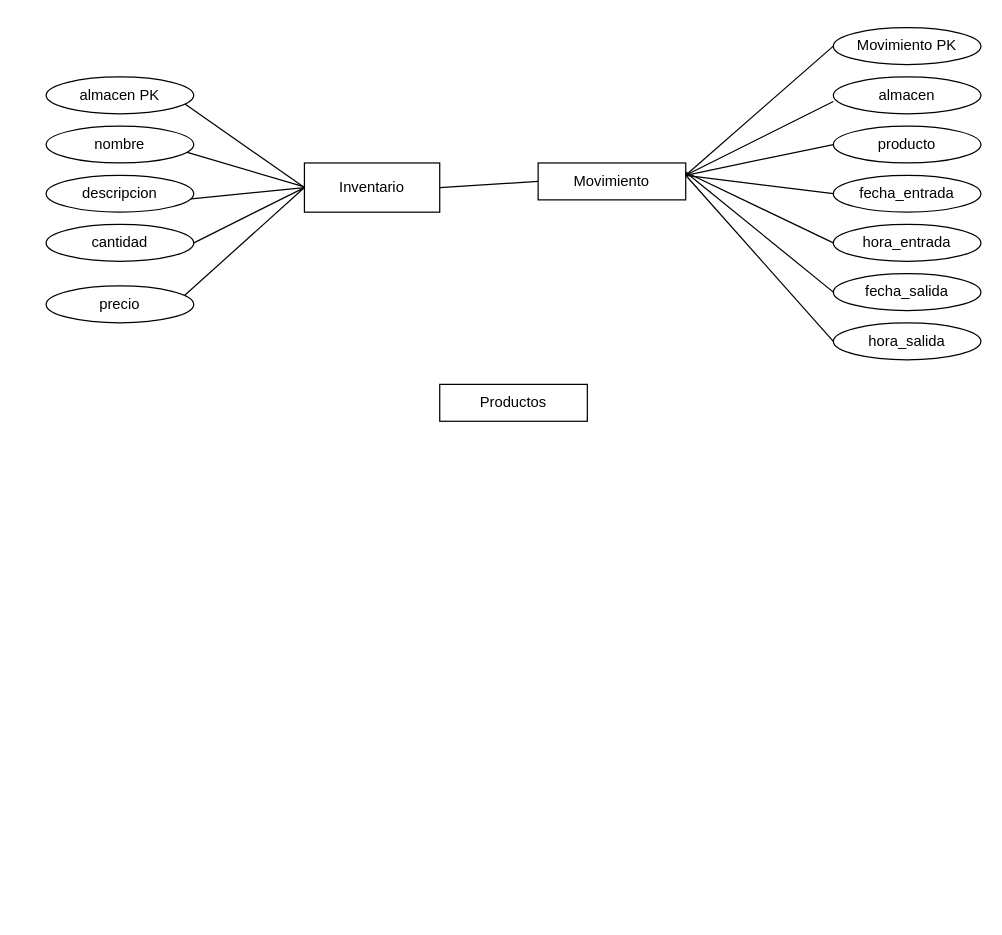
The draw.io diagram Diagrama sin título.drawio in fands13/desktop-tutorial, before the edit. Source tidied: cells renumbered, new cells numbered last; positions are measured from the earlier drawing's top-left corner, leaving out a move shared by most shapes. Both pictures are drawn from the tidied source at 123%, with x=0, y=0 at pixel (46, 27).
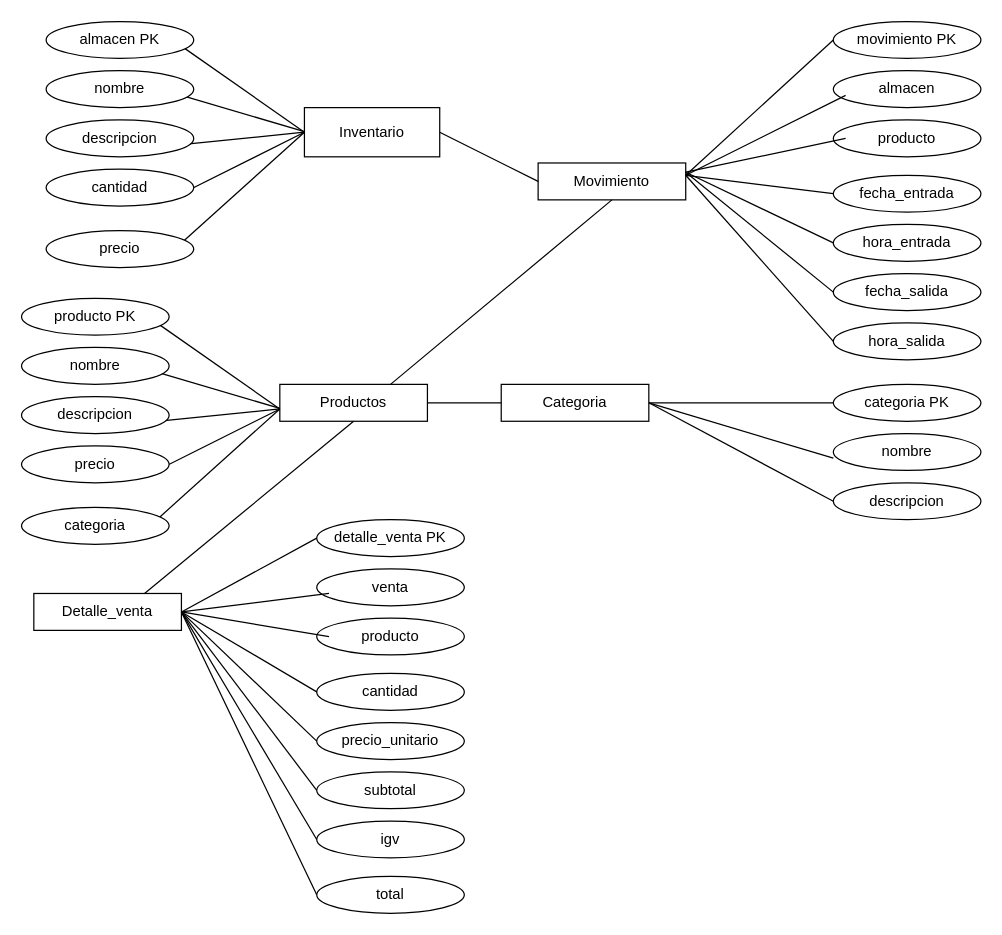
The same page after the edit.

Unchanged cells that the change refers to:
```xml
<mxCell id="14" value="Movimiento" style="rounded=0;whiteSpace=wrap;html=1;" parent="1" vertex="1">
  <mxGeometry x="400" y="110" width="120" height="30" as="geometry" />
</mxCell>
```

Diff of the diagram source:
```diff
@@
     <mxCell id="2" value="Inventario" style="rounded=0;whiteSpace=wrap;html=1;" parent="1" vertex="1">
-      <mxGeometry x="210" y="110" width="110" height="40" as="geometry" />
+      <mxGeometry x="210" y="65" width="110" height="40" as="geometry" />
     </mxCell>
     <mxCell id="3" style="endArrow=none;html=1;rounded=0;" parent="1" edge="1">
       <mxGeometry relative="1" as="geometry">
-        <mxPoint x="110" y="140" as="sourcePoint" />
-        <mxPoint x="210" y="130" as="targetPoint" />
+        <mxPoint x="110" y="95" as="sourcePoint" />
+        <mxPoint x="210" y="85" as="targetPoint" />
       </mxGeometry>
     </mxCell>
     <mxCell id="4" style="endArrow=none;html=1;rounded=0;" parent="1" edge="1">
       <mxGeometry relative="1" as="geometry">
-        <mxPoint x="110" y="100" as="sourcePoint" />
-        <mxPoint x="210" y="129.5" as="targetPoint" />
+        <mxPoint x="110" y="55" as="sourcePoint" />
+        <mxPoint x="210" y="84.5" as="targetPoint" />
       </mxGeometry>
     </mxCell>
     <mxCell id="5" style="endArrow=none;html=1;rounded=0;" parent="1" edge="1">
       <mxGeometry relative="1" as="geometry">
-        <mxPoint x="110" y="60" as="sourcePoint" />
-        <mxPoint x="210" y="130" as="targetPoint" />
+        <mxPoint x="110" y="15" as="sourcePoint" />
+        <mxPoint x="210" y="85" as="targetPoint" />
       </mxGeometry>
     </mxCell>
     <mxCell id="6" style="endArrow=none;html=1;rounded=0;" parent="1" edge="1">
       <mxGeometry relative="1" as="geometry">
-        <mxPoint x="110" y="180" as="sourcePoint" />
-        <mxPoint x="210" y="130" as="targetPoint" />
+        <mxPoint x="110" y="135" as="sourcePoint" />
+        <mxPoint x="210" y="85" as="targetPoint" />
       </mxGeometry>
     </mxCell>
     <mxCell id="7" style="endArrow=none;html=1;rounded=0;" parent="1" edge="1">
       <mxGeometry relative="1" as="geometry">
-        <mxPoint x="110" y="220" as="sourcePoint" />
-        <mxPoint x="210" y="130" as="targetPoint" />
+        <mxPoint x="110" y="175" as="sourcePoint" />
+        <mxPoint x="210" y="85" as="targetPoint" />
       </mxGeometry>
     </mxCell>
     <mxCell id="8" value="almacen PK" style="ellipse;whiteSpace=wrap;html=1;" parent="1" vertex="1">
-      <mxGeometry y="40" width="120" height="30" as="geometry" />
+      <mxGeometry y="-5" width="120" height="30" as="geometry" />
     </mxCell>
     <mxCell id="9" value="nombre" style="ellipse;whiteSpace=wrap;html=1;" parent="1" vertex="1">
-      <mxGeometry y="80" width="120" height="30" as="geometry" />
+      <mxGeometry y="35" width="120" height="30" as="geometry" />
     </mxCell>
     <mxCell id="10" value="descripcion" style="ellipse;whiteSpace=wrap;html=1;" parent="1" vertex="1">
-      <mxGeometry y="120" width="120" height="30" as="geometry" />
+      <mxGeometry y="75" width="120" height="30" as="geometry" />
     </mxCell>
     <mxCell id="11" value="cantidad" style="ellipse;whiteSpace=wrap;html=1;" parent="1" vertex="1">
-      <mxGeometry y="160" width="120" height="30" as="geometry" />
+      <mxGeometry y="115" width="120" height="30" as="geometry" />
     </mxCell>
     <mxCell id="12" value="precio" style="ellipse;whiteSpace=wrap;html=1;" parent="1" vertex="1">
-      <mxGeometry y="210" width="120" height="30" as="geometry" />
+      <mxGeometry y="165" width="120" height="30" as="geometry" />
     </mxCell>
     <mxCell id="13" value="Productos" style="rounded=0;whiteSpace=wrap;html=1;" parent="1" vertex="1">
-      <mxGeometry x="320" y="290" width="120" height="30" as="geometry" />
+      <mxGeometry x="190" y="290" width="120" height="30" as="geometry" />
     </mxCell>
@@
-    <mxCell id="16" value="Movimiento PK" style="ellipse;whiteSpace=wrap;html=1;" parent="1" vertex="1">
-      <mxGeometry x="640" width="120" height="30" as="geometry" />
+    <mxCell id="16" value="categoria PK" style="ellipse;whiteSpace=wrap;html=1;" parent="1" vertex="1">
+      <mxGeometry x="640" y="290" width="120" height="30" as="geometry" />
     </mxCell>
-    <mxCell id="17" value="almacen" style="ellipse;whiteSpace=wrap;html=1;" parent="1" vertex="1">
-      <mxGeometry x="640" y="40" width="120" height="30" as="geometry" />
+    <mxCell id="17" value="nombre" style="ellipse;whiteSpace=wrap;html=1;" parent="1" vertex="1">
+      <mxGeometry x="640" y="330" width="120" height="30" as="geometry" />
     </mxCell>
-    <mxCell id="18" value="producto" style="ellipse;whiteSpace=wrap;html=1;" parent="1" vertex="1">
-      <mxGeometry x="640" y="80" width="120" height="30" as="geometry" />
+    <mxCell id="18" value="descripcion" style="ellipse;whiteSpace=wrap;html=1;" parent="1" vertex="1">
+      <mxGeometry x="640" y="370" width="120" height="30" as="geometry" />
     </mxCell>
@@
-    <mxCell id="23" style="endArrow=none;html=1;rounded=0;entryX=0;entryY=0.5;entryDx=0;entryDy=0;" parent="1" edge="1" target="16">
-      <mxGeometry relative="1" as="geometry">
-        <mxPoint x="520" y="120" as="sourcePoint" />
-      </mxGeometry>
+    <mxCell id="23" style="endArrow=none;html=1;rounded=0;entryX=0;entryY=0.5;entryDx=0;entryDy=0;exitX=1;exitY=0.5;exitDx=0;exitDy=0;" parent="1" edge="1" source="41" target="16">
+      <mxGeometry relative="1" as="geometry" />
     </mxCell>
-    <mxCell id="24" style="endArrow=none;html=1;rounded=0;" parent="1" edge="1">
+    <mxCell id="24" style="endArrow=none;html=1;rounded=0;exitX=1;exitY=0.5;exitDx=0;exitDy=0;" parent="1" edge="1" source="41">
       <mxGeometry relative="1" as="geometry">
-        <mxPoint x="520" y="120" as="sourcePoint" />
-        <mxPoint x="640" y="60" as="targetPoint" />
+        <mxPoint x="640" y="350" as="targetPoint" />
       </mxGeometry>
     </mxCell>
-    <mxCell id="25" style="endArrow=none;html=1;rounded=0;" parent="1" edge="1">
+    <mxCell id="25" style="endArrow=none;html=1;rounded=0;exitX=1;exitY=0.5;exitDx=0;exitDy=0;" parent="1" edge="1" source="41">
       <mxGeometry relative="1" as="geometry">
-        <mxPoint x="520" y="120" as="sourcePoint" />
-        <mxPoint x="640" y="95" as="targetPoint" />
+        <mxPoint x="640" y="385" as="targetPoint" />
       </mxGeometry>
     </mxCell>
@@
+    <mxCell id="30" style="endArrow=none;html=1;rounded=0;" parent="1" edge="1">
+      <mxGeometry relative="1" as="geometry">
+        <mxPoint x="90" y="320" as="sourcePoint" />
+        <mxPoint x="190" y="310" as="targetPoint" />
+      </mxGeometry>
+    </mxCell>
+    <mxCell id="31" style="endArrow=none;html=1;rounded=0;" parent="1" edge="1">
+      <mxGeometry relative="1" as="geometry">
+        <mxPoint x="90" y="280" as="sourcePoint" />
+        <mxPoint x="190" y="309.5" as="targetPoint" />
+      </mxGeometry>
+    </mxCell>
+    <mxCell id="32" style="endArrow=none;html=1;rounded=0;" parent="1" edge="1">
+      <mxGeometry relative="1" as="geometry">
+        <mxPoint x="90" y="240" as="sourcePoint" />
+        <mxPoint x="190" y="310" as="targetPoint" />
+      </mxGeometry>
+    </mxCell>
+    <mxCell id="33" style="endArrow=none;html=1;rounded=0;" parent="1" edge="1">
+      <mxGeometry relative="1" as="geometry">
+        <mxPoint x="90" y="360" as="sourcePoint" />
+        <mxPoint x="190" y="310" as="targetPoint" />
+      </mxGeometry>
+    </mxCell>
+    <mxCell id="34" style="endArrow=none;html=1;rounded=0;" parent="1" edge="1">
+      <mxGeometry relative="1" as="geometry">
+        <mxPoint x="90" y="400" as="sourcePoint" />
+        <mxPoint x="190" y="310" as="targetPoint" />
+      </mxGeometry>
+    </mxCell>
+    <mxCell id="35" value="producto PK" style="ellipse;whiteSpace=wrap;html=1;" parent="1" vertex="1">
+      <mxGeometry x="-20" y="220" width="120" height="30" as="geometry" />
+    </mxCell>
+    <mxCell id="36" value="nombre" style="ellipse;whiteSpace=wrap;html=1;" parent="1" vertex="1">
+      <mxGeometry x="-20" y="260" width="120" height="30" as="geometry" />
+    </mxCell>
+    <mxCell id="37" value="descripcion" style="ellipse;whiteSpace=wrap;html=1;" parent="1" vertex="1">
+      <mxGeometry x="-20" y="300" width="120" height="30" as="geometry" />
+    </mxCell>
+    <mxCell id="38" value="precio" style="ellipse;whiteSpace=wrap;html=1;" parent="1" vertex="1">
+      <mxGeometry x="-20" y="340" width="120" height="30" as="geometry" />
+    </mxCell>
+    <mxCell id="39" value="categoria" style="ellipse;whiteSpace=wrap;html=1;" parent="1" vertex="1">
+      <mxGeometry x="-20" y="390" width="120" height="30" as="geometry" />
+    </mxCell>
+    <mxCell id="40" style="endArrow=none;html=1;rounded=0;entryX=0.5;entryY=1;entryDx=0;entryDy=0;exitX=0.75;exitY=0;exitDx=0;exitDy=0;" parent="1" edge="1" source="13" target="14">
+      <mxGeometry relative="1" as="geometry" />
+    </mxCell>
+    <mxCell id="41" value="Categoria" style="rounded=0;whiteSpace=wrap;html=1;" parent="1" vertex="1">
+      <mxGeometry x="370" y="290" width="120" height="30" as="geometry" />
+    </mxCell>
+    <mxCell id="42" style="endArrow=none;html=1;rounded=0;exitX=1;exitY=0.5;exitDx=0;exitDy=0;exitPerimeter=0;entryX=0;entryY=0.5;entryDx=0;entryDy=0;" parent="1" edge="1" source="13" target="41">
+      <mxGeometry relative="1" as="geometry" />
+    </mxCell>
+    <mxCell id="43" style="endArrow=none;html=1;rounded=0;exitX=0.75;exitY=0;exitDx=0;exitDy=0;" parent="1" edge="1" source="44">
+      <mxGeometry relative="1" as="geometry">
+        <mxPoint x="250" y="320" as="targetPoint" />
+      </mxGeometry>
+    </mxCell>
+    <mxCell id="44" value="Detalle_venta" style="rounded=0;whiteSpace=wrap;html=1;" parent="1" vertex="1">
+      <mxGeometry x="-10" y="460" width="120" height="30" as="geometry" />
+    </mxCell>
+    <mxCell id="45" value="movimiento PK" style="ellipse;whiteSpace=wrap;html=1;" parent="1" vertex="1">
+      <mxGeometry x="640" y="-5" width="120" height="30" as="geometry" />
+    </mxCell>
+    <mxCell id="46" value="almacen" style="ellipse;whiteSpace=wrap;html=1;" parent="1" vertex="1">
+      <mxGeometry x="640" y="35" width="120" height="30" as="geometry" />
+    </mxCell>
+    <mxCell id="47" value="producto" style="ellipse;whiteSpace=wrap;html=1;" parent="1" vertex="1">
+      <mxGeometry x="640" y="75" width="120" height="30" as="geometry" />
+    </mxCell>
+    <mxCell id="48" style="endArrow=none;html=1;rounded=0;entryX=0;entryY=0.5;entryDx=0;entryDy=0;" parent="1" edge="1" target="45">
+      <mxGeometry relative="1" as="geometry">
+        <mxPoint x="520" y="120" as="sourcePoint" />
+      </mxGeometry>
+    </mxCell>
+    <mxCell id="49" style="endArrow=none;html=1;rounded=0;" parent="1" edge="1">
+      <mxGeometry relative="1" as="geometry">
+        <mxPoint x="520" y="120" as="sourcePoint" />
+        <mxPoint x="650" y="55" as="targetPoint" />
+      </mxGeometry>
+    </mxCell>
+    <mxCell id="50" style="endArrow=none;html=1;rounded=0;exitX=1;exitY=0.25;exitDx=0;exitDy=0;" parent="1" edge="1" source="14">
+      <mxGeometry relative="1" as="geometry">
+        <mxPoint x="650" y="90" as="targetPoint" />
+      </mxGeometry>
+    </mxCell>
+    <mxCell id="51" value="cantidad" style="ellipse;whiteSpace=wrap;html=1;" parent="1" vertex="1">
+      <mxGeometry x="220" y="525" width="120" height="30" as="geometry" />
+    </mxCell>
+    <mxCell id="52" value="precio_unitario" style="ellipse;whiteSpace=wrap;html=1;" parent="1" vertex="1">
+      <mxGeometry x="220" y="565" width="120" height="30" as="geometry" />
+    </mxCell>
+    <mxCell id="53" value="subtotal" style="ellipse;whiteSpace=wrap;html=1;" parent="1" vertex="1">
+      <mxGeometry x="220" y="605" width="120" height="30" as="geometry" />
+    </mxCell>
+    <mxCell id="54" value="igv" style="ellipse;whiteSpace=wrap;html=1;" parent="1" vertex="1">
+      <mxGeometry x="220" y="645" width="120" height="30" as="geometry" />
+    </mxCell>
+    <mxCell id="55" style="endArrow=none;html=1;rounded=0;exitX=1;exitY=0.5;exitDx=0;exitDy=0;" parent="1" edge="1" source="44">
+      <mxGeometry relative="1" as="geometry">
+        <mxPoint x="220" y="540" as="targetPoint" />
+      </mxGeometry>
+    </mxCell>
+    <mxCell id="56" style="endArrow=none;html=1;rounded=0;exitX=1;exitY=0.5;exitDx=0;exitDy=0;entryX=0;entryY=0.5;entryDx=0;entryDy=0;" parent="1" edge="1" source="44" target="52">
+      <mxGeometry relative="1" as="geometry" />
+    </mxCell>
+    <mxCell id="57" style="endArrow=none;html=1;rounded=0;exitX=1;exitY=0.5;exitDx=0;exitDy=0;" parent="1" edge="1" source="44">
+      <mxGeometry relative="1" as="geometry">
+        <mxPoint x="220" y="620" as="targetPoint" />
+      </mxGeometry>
+    </mxCell>
+    <mxCell id="58" style="endArrow=none;html=1;rounded=0;entryX=0;entryY=0.5;entryDx=0;entryDy=0;exitX=1;exitY=0.5;exitDx=0;exitDy=0;" parent="1" edge="1" source="44" target="54">
+      <mxGeometry relative="1" as="geometry" />
+    </mxCell>
+    <mxCell id="59" value="detalle_venta PK" style="ellipse;whiteSpace=wrap;html=1;" parent="1" vertex="1">
+      <mxGeometry x="220" y="400" width="120" height="30" as="geometry" />
+    </mxCell>
+    <mxCell id="60" value="venta" style="ellipse;whiteSpace=wrap;html=1;" parent="1" vertex="1">
+      <mxGeometry x="220" y="440" width="120" height="30" as="geometry" />
+    </mxCell>
+    <mxCell id="61" value="producto" style="ellipse;whiteSpace=wrap;html=1;" parent="1" vertex="1">
+      <mxGeometry x="220" y="480" width="120" height="30" as="geometry" />
+    </mxCell>
+    <mxCell id="62" style="endArrow=none;html=1;rounded=0;entryX=0;entryY=0.5;entryDx=0;entryDy=0;exitX=1;exitY=0.5;exitDx=0;exitDy=0;" parent="1" edge="1" source="44" target="59">
+      <mxGeometry relative="1" as="geometry" />
+    </mxCell>
+    <mxCell id="63" style="endArrow=none;html=1;rounded=0;exitX=1;exitY=0.5;exitDx=0;exitDy=0;" parent="1" edge="1" source="44">
+      <mxGeometry relative="1" as="geometry">
+        <mxPoint x="230" y="460" as="targetPoint" />
+      </mxGeometry>
+    </mxCell>
+    <mxCell id="64" style="endArrow=none;html=1;rounded=0;exitX=1;exitY=0.5;exitDx=0;exitDy=0;" parent="1" edge="1" source="44">
+      <mxGeometry relative="1" as="geometry">
+        <mxPoint x="230" y="495" as="targetPoint" />
+      </mxGeometry>
+    </mxCell>
+    <mxCell id="65" value="total" style="ellipse;whiteSpace=wrap;html=1;" parent="1" vertex="1">
+      <mxGeometry x="220" y="690" width="120" height="30" as="geometry" />
+    </mxCell>
+    <mxCell id="66" style="endArrow=none;html=1;rounded=0;exitX=1;exitY=0.5;exitDx=0;exitDy=0;entryX=0;entryY=0.5;entryDx=0;entryDy=0;" parent="1" edge="1" source="44" target="65">
+      <mxGeometry relative="1" as="geometry" />
+    </mxCell>
```
